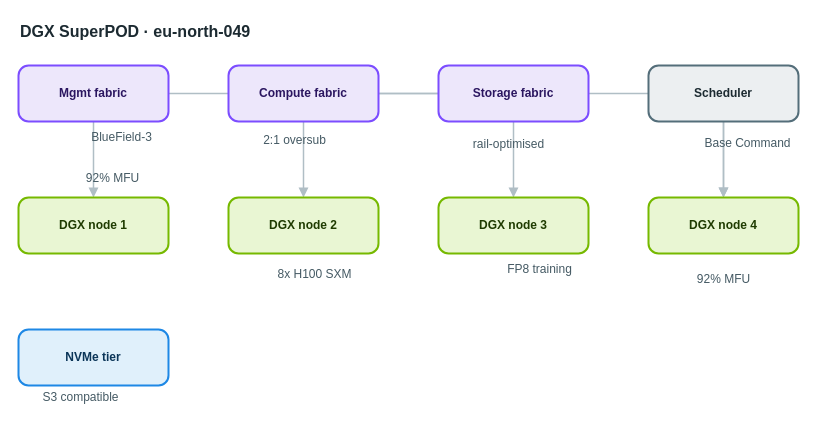
Above: apps/web/public/samples/library/049-dgx-superpod.drawio in AryanG01/open-apprentice (draw.io), before the change. Source tidied: cells renumbered, new cells numbered last; positions are measured from the earlier drawing's top-left corner, leaving out a move shared by most shapes. Both pictures are drawn from the tidied source at 100%, with x=0, y=0 at pixel (18, 17).
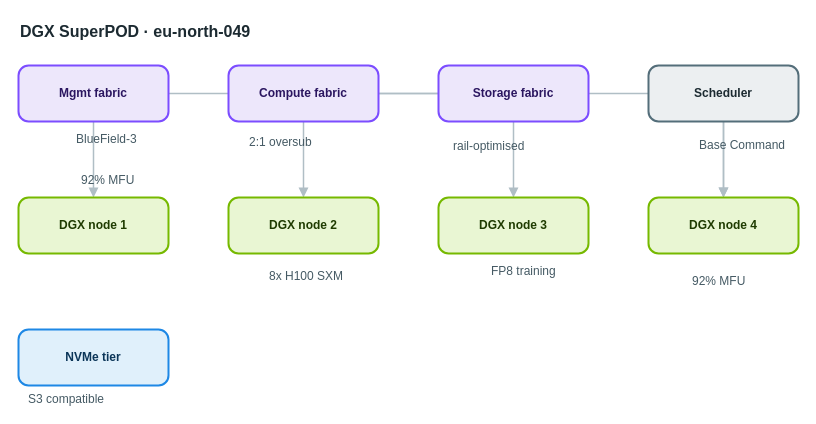
The same page after the edit.

What changed in the source:
```diff
@@
-    <mxCell id="17" value="BlueField-3" style="text;html=1;align=center;verticalAlign=middle;whiteSpace=nowrap;strokeColor=none;fillColor=none;fontSize=12;fontColor=#455a64;" parent="1" vertex="1">
+    <mxCell id="17" value="BlueField-3" style="text;html=1;align=left;verticalAlign=top;whiteSpace=nowrap;spacing=0;spacingTop=0;strokeColor=none;fillColor=none;fontSize=12;fontColor=#455a64;" parent="1" vertex="1">
       <mxGeometry x="58" y="110" width="89" height="20" as="geometry" />
     </mxCell>
-    <mxCell id="18" value="2:1 oversub" style="text;html=1;align=center;verticalAlign=middle;whiteSpace=nowrap;strokeColor=none;fillColor=none;fontSize=12;fontColor=#455a64;" parent="1" vertex="1">
+    <mxCell id="18" value="2:1 oversub" style="text;html=1;align=left;verticalAlign=top;whiteSpace=nowrap;spacing=0;spacingTop=0;strokeColor=none;fillColor=none;fontSize=12;fontColor=#455a64;" parent="1" vertex="1">
       <mxGeometry x="231" y="113" width="89" height="20" as="geometry" />
     </mxCell>
-    <mxCell id="19" value="rail-optimised" style="text;html=1;align=center;verticalAlign=middle;whiteSpace=nowrap;strokeColor=none;fillColor=none;fontSize=12;fontColor=#455a64;" parent="1" vertex="1">
+    <mxCell id="19" value="rail-optimised" style="text;html=1;align=left;verticalAlign=top;whiteSpace=nowrap;spacing=0;spacingTop=0;strokeColor=none;fillColor=none;fontSize=12;fontColor=#455a64;" parent="1" vertex="1">
       <mxGeometry x="435" y="117" width="110" height="20" as="geometry" />
     </mxCell>
-    <mxCell id="20" value="92% MFU" style="text;html=1;align=center;verticalAlign=middle;whiteSpace=nowrap;strokeColor=none;fillColor=none;fontSize=12;fontColor=#455a64;" parent="1" vertex="1">
+    <mxCell id="20" value="92% MFU" style="text;html=1;align=left;verticalAlign=top;whiteSpace=nowrap;spacing=0;spacingTop=0;strokeColor=none;fillColor=none;fontSize=12;fontColor=#455a64;" parent="1" vertex="1">
       <mxGeometry x="63" y="151" width="61" height="20" as="geometry" />
     </mxCell>
-    <mxCell id="21" value="8x H100 SXM" style="text;html=1;align=center;verticalAlign=middle;whiteSpace=nowrap;strokeColor=none;fillColor=none;fontSize=12;fontColor=#455a64;" parent="1" vertex="1">
+    <mxCell id="21" value="8x H100 SXM" style="text;html=1;align=left;verticalAlign=top;whiteSpace=nowrap;spacing=0;spacingTop=0;strokeColor=none;fillColor=none;fontSize=12;fontColor=#455a64;" parent="1" vertex="1">
       <mxGeometry x="251" y="247" width="89" height="20" as="geometry" />
     </mxCell>
-    <mxCell id="22" value="FP8 training" style="text;html=1;align=center;verticalAlign=middle;whiteSpace=nowrap;strokeColor=none;fillColor=none;fontSize=12;fontColor=#455a64;" parent="1" vertex="1">
+    <mxCell id="22" value="FP8 training" style="text;html=1;align=left;verticalAlign=top;whiteSpace=nowrap;spacing=0;spacingTop=0;strokeColor=none;fillColor=none;fontSize=12;fontColor=#455a64;" parent="1" vertex="1">
       <mxGeometry x="473" y="242" width="96" height="20" as="geometry" />
     </mxCell>
-    <mxCell id="23" value="92% MFU" style="text;html=1;align=center;verticalAlign=middle;whiteSpace=nowrap;strokeColor=none;fillColor=none;fontSize=12;fontColor=#455a64;" parent="1" vertex="1">
+    <mxCell id="23" value="92% MFU" style="text;html=1;align=left;verticalAlign=top;whiteSpace=nowrap;spacing=0;spacingTop=0;strokeColor=none;fillColor=none;fontSize=12;fontColor=#455a64;" parent="1" vertex="1">
       <mxGeometry x="674" y="252" width="61" height="20" as="geometry" />
     </mxCell>
-    <mxCell id="24" value="S3 compatible" style="text;html=1;align=center;verticalAlign=middle;whiteSpace=nowrap;strokeColor=none;fillColor=none;fontSize=12;fontColor=#455a64;" parent="1" vertex="1">
+    <mxCell id="24" value="S3 compatible" style="text;html=1;align=left;verticalAlign=top;whiteSpace=nowrap;spacing=0;spacingTop=0;strokeColor=none;fillColor=none;fontSize=12;fontColor=#455a64;" parent="1" vertex="1">
       <mxGeometry x="10" y="370" width="103" height="20" as="geometry" />
     </mxCell>
-    <mxCell id="25" value="Base Command" style="text;html=1;align=center;verticalAlign=middle;whiteSpace=nowrap;strokeColor=none;fillColor=none;fontSize=12;fontColor=#455a64;" parent="1" vertex="1">
+    <mxCell id="25" value="Base Command" style="text;html=1;align=left;verticalAlign=top;whiteSpace=nowrap;spacing=0;spacingTop=0;strokeColor=none;fillColor=none;fontSize=12;fontColor=#455a64;" parent="1" vertex="1">
       <mxGeometry x="681" y="116" width="96" height="20" as="geometry" />
     </mxCell>
```
